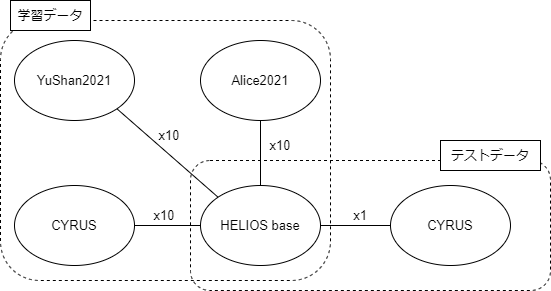
Earlier version of the draw.io export 4/create_data.png (SuperTikuwa/thesis-images). Source tidied: cells renumbered, new cells last; positions are measured from the earlier drawing's top-left corner, leaving out a move shared by most shapes.
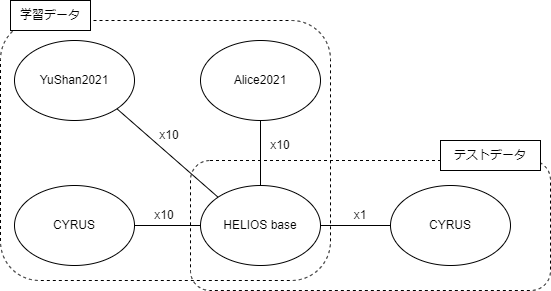
After the commit.

Commit message:
create_data.png を追加しました。

Change to the diagram source:
```diff
@@ -2,55 +2,55 @@
   <root>
     <mxCell id="0" />
     <mxCell id="1" parent="0" />
-    <mxCell id="2" style="rounded=1;whiteSpace=wrap;html=1;fillColor=none;dashed=1;fontSize=13;" parent="1" vertex="1">
+    <mxCell id="2" style="rounded=1;whiteSpace=wrap;html=1;fillColor=none;dashed=1;fontSize=12;" parent="1" vertex="1">
       <mxGeometry y="20" width="330" height="260" as="geometry" />
     </mxCell>
-    <mxCell id="3" style="rounded=1;whiteSpace=wrap;html=1;fillColor=none;dashed=1;fontSize=13;" parent="1" vertex="1">
+    <mxCell id="3" style="rounded=1;whiteSpace=wrap;html=1;fillColor=none;dashed=1;fontSize=12;" parent="1" vertex="1">
       <mxGeometry x="190" y="160" width="360" height="130" as="geometry" />
     </mxCell>
-    <mxCell id="4" value="YuShan2021" style="ellipse;whiteSpace=wrap;html=1;fillColor=default;fontSize=13;" parent="1" vertex="1">
+    <mxCell id="4" value="YuShan2021" style="ellipse;whiteSpace=wrap;html=1;fillColor=default;fontSize=12;" parent="1" vertex="1">
       <mxGeometry x="14" y="40" width="120" height="80" as="geometry" />
     </mxCell>
-    <mxCell id="5" value="Alice2021" style="ellipse;whiteSpace=wrap;html=1;fillColor=default;fontSize=13;" parent="1" vertex="1">
+    <mxCell id="5" value="Alice2021" style="ellipse;whiteSpace=wrap;html=1;fillColor=default;fontSize=12;" parent="1" vertex="1">
       <mxGeometry x="200" y="40" width="120" height="80" as="geometry" />
     </mxCell>
-    <mxCell id="6" value="HELIOS base" style="ellipse;whiteSpace=wrap;html=1;fillColor=default;fontSize=13;" parent="1" vertex="1">
+    <mxCell id="6" value="HELIOS base" style="ellipse;whiteSpace=wrap;html=1;fillColor=default;fontSize=12;" parent="1" vertex="1">
       <mxGeometry x="200" y="185" width="120" height="80" as="geometry" />
     </mxCell>
-    <mxCell id="7" value="CYRUS" style="ellipse;whiteSpace=wrap;html=1;fillColor=default;fontSize=13;" parent="1" vertex="1">
+    <mxCell id="7" value="CYRUS" style="ellipse;whiteSpace=wrap;html=1;fillColor=default;fontSize=12;" parent="1" vertex="1">
       <mxGeometry x="14" y="185" width="120" height="80" as="geometry" />
     </mxCell>
-    <mxCell id="8" style="endArrow=none;html=1;rounded=0;exitX=0.5;exitY=0;exitDx=0;exitDy=0;entryX=0.5;entryY=1;entryDx=0;entryDy=0;fontSize=13;" parent="1" edge="1" source="6" target="5">
+    <mxCell id="8" style="endArrow=none;html=1;rounded=0;exitX=0.5;exitY=0;exitDx=0;exitDy=0;entryX=0.5;entryY=1;entryDx=0;entryDy=0;fontSize=12;" parent="1" edge="1" source="6" target="5">
       <mxGeometry relative="1" as="geometry" />
     </mxCell>
-    <mxCell id="9" style="endArrow=none;html=1;rounded=0;exitX=0;exitY=0;exitDx=0;exitDy=0;entryX=1;entryY=1;entryDx=0;entryDy=0;fontSize=13;" parent="1" edge="1" source="6" target="4">
+    <mxCell id="9" style="endArrow=none;html=1;rounded=0;exitX=0;exitY=0;exitDx=0;exitDy=0;entryX=1;entryY=1;entryDx=0;entryDy=0;fontSize=12;" parent="1" edge="1" source="6" target="4">
       <mxGeometry relative="1" as="geometry" />
     </mxCell>
-    <mxCell id="10" style="endArrow=none;html=1;rounded=0;exitX=0;exitY=0.5;exitDx=0;exitDy=0;entryX=1;entryY=0.5;entryDx=0;entryDy=0;fontSize=13;" parent="1" edge="1" source="6" target="7">
+    <mxCell id="10" style="endArrow=none;html=1;rounded=0;exitX=0;exitY=0.5;exitDx=0;exitDy=0;entryX=1;entryY=0.5;entryDx=0;entryDy=0;fontSize=12;" parent="1" edge="1" source="6" target="7">
       <mxGeometry relative="1" as="geometry" />
     </mxCell>
-    <mxCell id="11" value="CYRUS" style="ellipse;whiteSpace=wrap;html=1;fillColor=default;fontSize=13;" parent="1" vertex="1">
+    <mxCell id="11" value="CYRUS" style="ellipse;whiteSpace=wrap;html=1;fillColor=default;fontSize=12;" parent="1" vertex="1">
       <mxGeometry x="390" y="185" width="120" height="80" as="geometry" />
     </mxCell>
-    <mxCell id="12" style="endArrow=none;html=1;rounded=0;exitX=0;exitY=0.5;exitDx=0;exitDy=0;entryX=1;entryY=0.5;entryDx=0;entryDy=0;fontSize=13;" parent="1" edge="1" source="11" target="6">
+    <mxCell id="12" style="endArrow=none;html=1;rounded=0;exitX=0;exitY=0.5;exitDx=0;exitDy=0;entryX=1;entryY=0.5;entryDx=0;entryDy=0;fontSize=12;" parent="1" edge="1" source="11" target="6">
       <mxGeometry relative="1" as="geometry" />
     </mxCell>
-    <mxCell id="13" value="学習データ" style="text;html=1;strokeColor=default;fillColor=default;align=center;verticalAlign=middle;whiteSpace=wrap;rounded=0;fontSize=13;" parent="1" vertex="1">
+    <mxCell id="13" value="学習データ" style="text;html=1;strokeColor=default;fillColor=default;align=center;verticalAlign=middle;whiteSpace=wrap;rounded=0;fontSize=12;" parent="1" vertex="1">
       <mxGeometry x="10" width="80" height="30" as="geometry" />
     </mxCell>
-    <mxCell id="14" value="テストデータ" style="text;html=1;strokeColor=default;fillColor=default;align=center;verticalAlign=middle;whiteSpace=wrap;rounded=0;fontSize=13;" parent="1" vertex="1">
+    <mxCell id="14" value="テストデータ" style="text;html=1;strokeColor=default;fillColor=default;align=center;verticalAlign=middle;whiteSpace=wrap;rounded=0;fontSize=12;" parent="1" vertex="1">
       <mxGeometry x="440" y="140" width="100" height="30" as="geometry" />
     </mxCell>
-    <mxCell id="15" value="x10" style="text;html=1;strokeColor=none;fillColor=none;align=center;verticalAlign=middle;whiteSpace=wrap;rounded=0;fontSize=13;" parent="1" vertex="1">
+    <mxCell id="15" value="x10" style="text;html=1;strokeColor=none;fillColor=none;align=center;verticalAlign=middle;whiteSpace=wrap;rounded=0;fontSize=12;" parent="1" vertex="1">
       <mxGeometry x="250" y="130" width="60" height="30" as="geometry" />
     </mxCell>
-    <mxCell id="16" value="x10" style="text;html=1;strokeColor=none;fillColor=none;align=center;verticalAlign=middle;whiteSpace=wrap;rounded=0;fontSize=13;" parent="1" vertex="1">
+    <mxCell id="16" value="x10" style="text;html=1;strokeColor=none;fillColor=none;align=center;verticalAlign=middle;whiteSpace=wrap;rounded=0;fontSize=12;" parent="1" vertex="1">
       <mxGeometry x="144" y="120" width="50" height="30" as="geometry" />
     </mxCell>
-    <mxCell id="17" value="x10" style="text;html=1;strokeColor=none;fillColor=none;align=center;verticalAlign=middle;whiteSpace=wrap;rounded=0;fontSize=13;" parent="1" vertex="1">
+    <mxCell id="17" value="x10" style="text;html=1;strokeColor=none;fillColor=none;align=center;verticalAlign=middle;whiteSpace=wrap;rounded=0;fontSize=12;" parent="1" vertex="1">
       <mxGeometry x="134" y="200" width="60" height="30" as="geometry" />
     </mxCell>
-    <mxCell id="18" value="x1" style="text;html=1;strokeColor=none;fillColor=none;align=center;verticalAlign=middle;whiteSpace=wrap;rounded=0;fontSize=13;" parent="1" vertex="1">
+    <mxCell id="18" value="x1" style="text;html=1;strokeColor=none;fillColor=none;align=center;verticalAlign=middle;whiteSpace=wrap;rounded=0;fontSize=12;" parent="1" vertex="1">
       <mxGeometry x="330" y="200" width="60" height="30" as="geometry" />
     </mxCell>
   </root>
```
